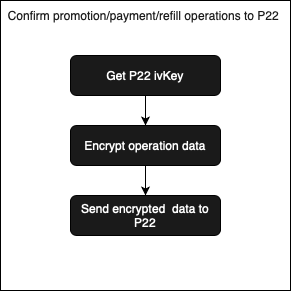
Above: doActivityProcedure.png in secuxtech/secux-paymentkit-sample-for-springtrees-ios (draw.io), before the change. Source tidied: cells renumbered, new cells last; positions are measured from the earlier drawing's top-left corner, leaving out a move shared by most shapes. The source it was exported from:
```xml
<mxGraphModel>
  <root>
    <mxCell id="0" />
    <mxCell id="1" parent="0" />
    <mxCell id="2" style="whiteSpace=wrap;html=1;" parent="1" vertex="1">
      <mxGeometry width="290" height="290" as="geometry" />
    </mxCell>
    <mxCell id="3" value="Get P22 ivKey" style="rounded=1;whiteSpace=wrap;html=1;fillColor=#1A1A1A;fontColor=#FFFFFF;" parent="1" vertex="1">
      <mxGeometry x="70" y="55" width="150" height="40" as="geometry" />
    </mxCell>
    <mxCell id="4" value="Encrypt operation data" style="rounded=1;whiteSpace=wrap;html=1;fillColor=#1A1A1A;fontColor=#FFFFFF;" parent="1" vertex="1">
      <mxGeometry x="70" y="125" width="150" height="40" as="geometry" />
    </mxCell>
    <mxCell id="5" value="Send encrypted &amp;nbsp;data to P22" style="rounded=1;whiteSpace=wrap;html=1;fontColor=#FFFFFF;fillColor=#1A1A1A;" parent="1" vertex="1">
      <mxGeometry x="70" y="195" width="150" height="40" as="geometry" />
    </mxCell>
    <mxCell id="6" style="endArrow=classic;html=1;exitX=0.5;exitY=1;exitDx=0;exitDy=0;entryX=0.5;entryY=0;entryDx=0;entryDy=0;" parent="1" edge="1" source="3" target="4">
      <mxGeometry relative="1" as="geometry" />
    </mxCell>
    <mxCell id="7" style="endArrow=classic;html=1;exitX=0.5;exitY=1;exitDx=0;exitDy=0;entryX=0.5;entryY=0;entryDx=0;entryDy=0;" parent="1" edge="1" source="4" target="5">
      <mxGeometry relative="1" as="geometry" />
    </mxCell>
    <mxCell id="8" value="&lt;font color=&quot;#1a1a1a&quot;&gt;Confirm promotion/payment/refill operations to P22&amp;nbsp;&lt;/font&gt;" style="text;html=1;strokeColor=none;fillColor=none;align=center;verticalAlign=middle;whiteSpace=wrap;rounded=0;fontColor=#FFFFFF;" parent="1" vertex="1">
      <mxGeometry width="290" height="30" as="geometry" />
    </mxCell>
  </root>
</mxGraphModel>
```
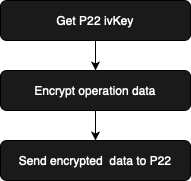
The same file after the commit.

Change to the diagram source:
```diff
@@ -2,17 +2,14 @@
   <root>
     <mxCell id="0" />
     <mxCell id="1" parent="0" />
-    <mxCell id="2" style="whiteSpace=wrap;html=1;" parent="1" vertex="1">
-      <mxGeometry width="290" height="290" as="geometry" />
-    </mxCell>
     <mxCell id="3" value="Get P22 ivKey" style="rounded=1;whiteSpace=wrap;html=1;fillColor=#1A1A1A;fontColor=#FFFFFF;" parent="1" vertex="1">
-      <mxGeometry x="70" y="55" width="150" height="40" as="geometry" />
+      <mxGeometry x="70" y="55" width="190" height="40" as="geometry" />
     </mxCell>
     <mxCell id="4" value="Encrypt operation data" style="rounded=1;whiteSpace=wrap;html=1;fillColor=#1A1A1A;fontColor=#FFFFFF;" parent="1" vertex="1">
-      <mxGeometry x="70" y="125" width="150" height="40" as="geometry" />
+      <mxGeometry x="70" y="125" width="190" height="40" as="geometry" />
     </mxCell>
     <mxCell id="5" value="Send encrypted &amp;nbsp;data to P22" style="rounded=1;whiteSpace=wrap;html=1;fontColor=#FFFFFF;fillColor=#1A1A1A;" parent="1" vertex="1">
-      <mxGeometry x="70" y="195" width="150" height="40" as="geometry" />
+      <mxGeometry x="70" y="195" width="190" height="40" as="geometry" />
     </mxCell>
     <mxCell id="6" style="endArrow=classic;html=1;exitX=0.5;exitY=1;exitDx=0;exitDy=0;entryX=0.5;entryY=0;entryDx=0;entryDy=0;" parent="1" edge="1" source="3" target="4">
       <mxGeometry relative="1" as="geometry" />
@@ -20,8 +17,5 @@
     <mxCell id="7" style="endArrow=classic;html=1;exitX=0.5;exitY=1;exitDx=0;exitDy=0;entryX=0.5;entryY=0;entryDx=0;entryDy=0;" parent="1" edge="1" source="4" target="5">
       <mxGeometry relative="1" as="geometry" />
     </mxCell>
-    <mxCell id="8" value="&lt;font color=&quot;#1a1a1a&quot;&gt;Confirm promotion/payment/refill operations to P22&amp;nbsp;&lt;/font&gt;" style="text;html=1;strokeColor=none;fillColor=none;align=center;verticalAlign=middle;whiteSpace=wrap;rounded=0;fontColor=#FFFFFF;" parent="1" vertex="1">
-      <mxGeometry width="290" height="30" as="geometry" />
-    </mxCell>
   </root>
 </mxGraphModel>
```
